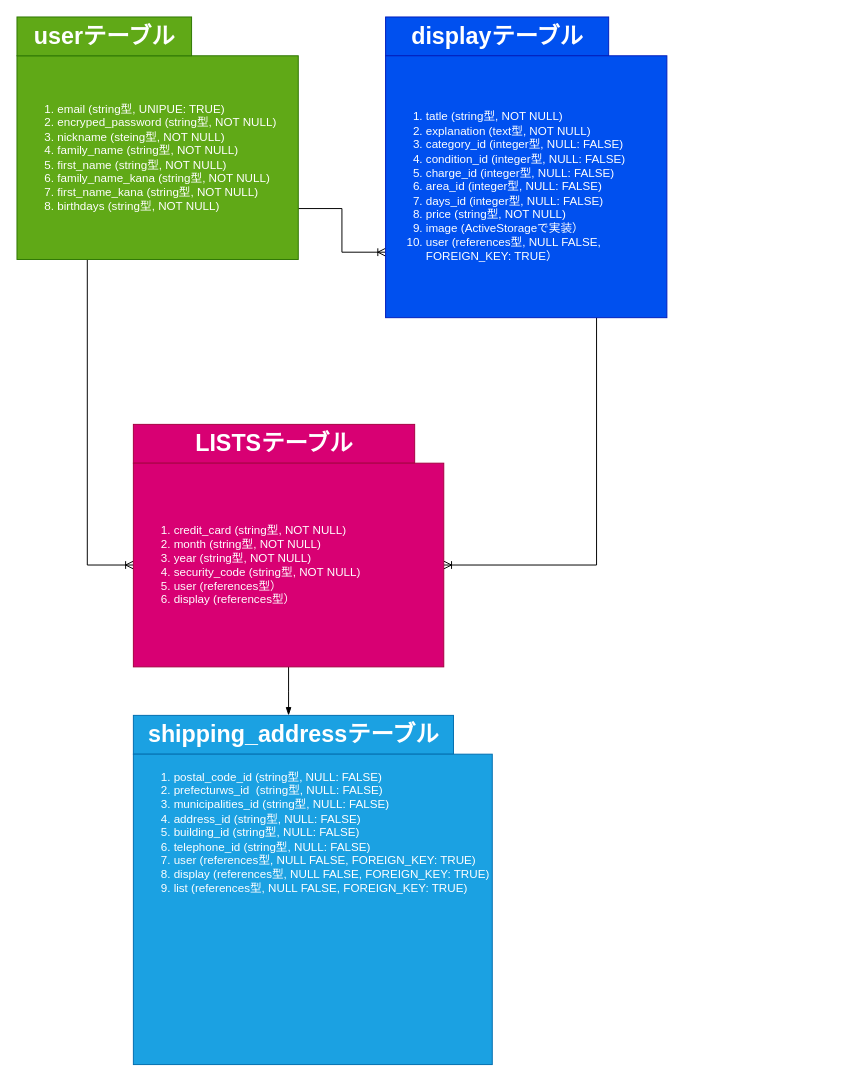
Before: er.dio in kitamatus-jumpei/furima-36165, a draw.io diagram. Source tidied: cells renumbered, new cells numbered last; positions are measured from the earlier drawing's top-left corner, leaving out a move shared by most shapes. Both pictures are drawn from the tidied source at 97%, with x=0, y=0 at pixel (16, 16).
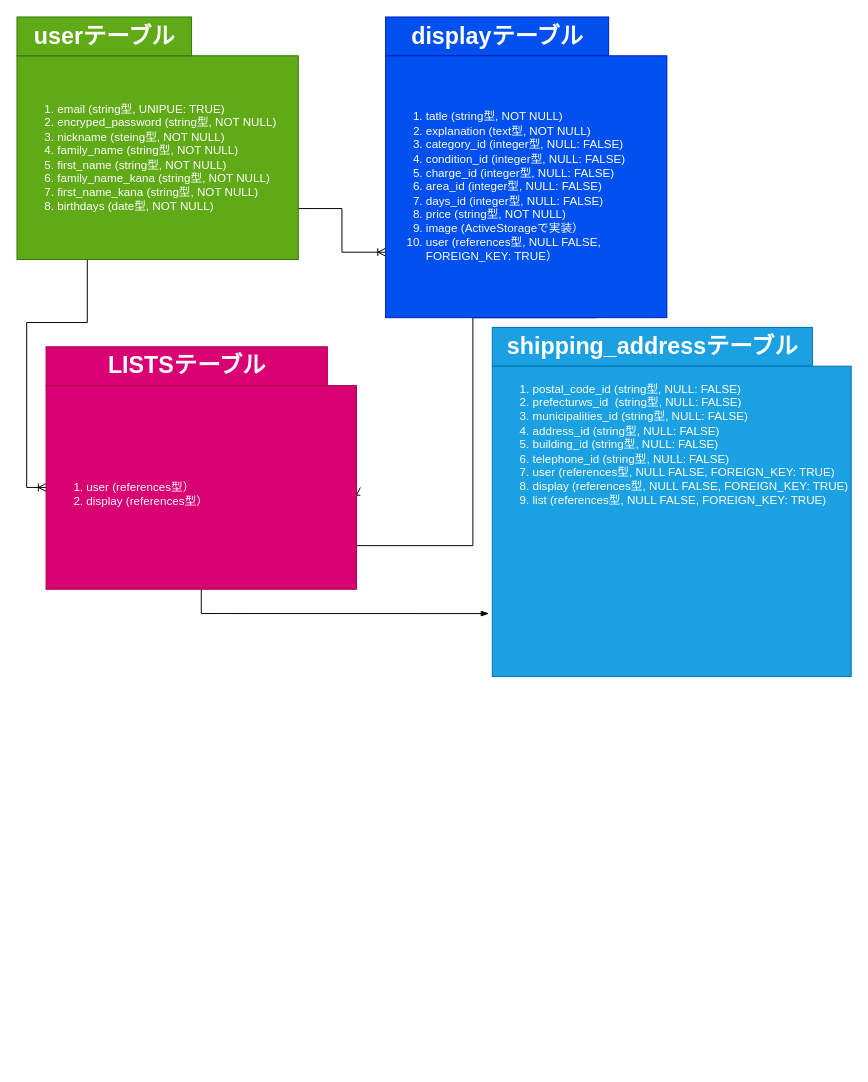
The same page after the edit.

Commit message (it also covers changes not shown here):
データベース設計５

Diff of the diagram source:
```diff
@@
 <mxGraphModel>
   <root>
     <mxCell id="0" />
     <mxCell id="1" parent="0" />
     <mxCell id="2" style="edgeStyle=orthogonalEdgeStyle;rounded=0;jettySize=auto;html=1;exitX=1;exitY=0.75;exitDx=0;exitDy=0;entryX=0;entryY=0.75;entryDx=0;entryDy=0;endArrow=ERoneToMany;endFill=0;" parent="1" edge="1" source="4" target="8">
       <mxGeometry relative="1" as="geometry" />
     </mxCell>
     <mxCell id="3" style="edgeStyle=orthogonalEdgeStyle;rounded=0;jettySize=auto;html=1;exitX=0.25;exitY=1;exitDx=0;exitDy=0;entryX=0;entryY=0.5;entryDx=0;entryDy=0;endArrow=ERoneToMany;endFill=0;" parent="1" edge="1" source="4" target="11">
       <mxGeometry relative="1" as="geometry" />
     </mxCell>
-    <mxCell id="4" value="&lt;ol&gt;&lt;li&gt;email (string型, UNIPUE: TRUE)&lt;/li&gt;&lt;li&gt;encryped_password (string型, NOT NULL)&lt;/li&gt;&lt;li&gt;nickname (steing型, NOT NULL)&lt;/li&gt;&lt;li&gt;family_name (string型, NOT NULL)&lt;/li&gt;&lt;li&gt;first_name (string型, NOT NULL)&lt;/li&gt;&lt;li&gt;family_name_kana (string型, NOT NULL)&lt;/li&gt;&lt;li&gt;first_name_kana (string型, NOT NULL)&lt;br&gt;&lt;/li&gt;&lt;li&gt;birthdays (string型, NOT NULL)&lt;/li&gt;&lt;/ol&gt;" style="text;strokeColor=#2D7600;fillColor=#60a917;html=1;whiteSpace=wrap;verticalAlign=middle;overflow=hidden;fontColor=#ffffff;" parent="1" vertex="1">
+    <mxCell id="4" value="&lt;ol&gt;&lt;li&gt;email (string型, UNIPUE: TRUE)&lt;/li&gt;&lt;li&gt;encryped_password (string型, NOT NULL)&lt;/li&gt;&lt;li&gt;nickname (steing型, NOT NULL)&lt;/li&gt;&lt;li&gt;family_name (string型, NOT NULL)&lt;/li&gt;&lt;li&gt;first_name (string型, NOT NULL)&lt;/li&gt;&lt;li&gt;family_name_kana (string型, NOT NULL)&lt;/li&gt;&lt;li&gt;first_name_kana (string型, NOT NULL)&lt;br&gt;&lt;/li&gt;&lt;li&gt;birthdays (date型, NOT NULL)&lt;/li&gt;&lt;/ol&gt;" style="text;strokeColor=#2D7600;fillColor=#60a917;html=1;whiteSpace=wrap;verticalAlign=middle;overflow=hidden;fontColor=#ffffff;" parent="1" vertex="1">
       <mxGeometry y="40" width="290" height="210" as="geometry" />
     </mxCell>
     <mxCell id="5" value="userテーブル" style="text;strokeColor=#2D7600;fillColor=#60a917;html=1;fontSize=24;fontStyle=1;verticalAlign=middle;align=center;fontColor=#ffffff;" parent="1" vertex="1">
       <mxGeometry width="180" height="40" as="geometry" />
     </mxCell>
     <mxCell id="6" value="displayテーブル" style="text;strokeColor=#001DBC;fillColor=#0050ef;html=1;fontSize=24;fontStyle=1;verticalAlign=middle;align=center;fontColor=#ffffff;" parent="1" vertex="1">
       <mxGeometry x="380" width="230" height="40" as="geometry" />
     </mxCell>
     <mxCell id="7" style="edgeStyle=orthogonalEdgeStyle;rounded=0;jettySize=auto;html=1;exitX=0.75;exitY=1;exitDx=0;exitDy=0;entryX=1;entryY=0.5;entryDx=0;entryDy=0;endArrow=ERoneToMany;endFill=0;" parent="1" edge="1" source="8" target="11">
-      <mxGeometry relative="1" as="geometry" />
+      <mxGeometry relative="1" as="geometry">
+        <Array as="points">
+          <mxPoint x="470" y="310" />
+          <mxPoint x="470" y="545" />
+        </Array>
+      </mxGeometry>
     </mxCell>
     <mxCell id="8" value="&lt;ol&gt;&lt;li&gt;tatle (string型, NOT NULL)&lt;/li&gt;&lt;li&gt;explanation (text型, NOT NULL)&lt;/li&gt;&lt;li&gt;category_id (integer型, NULL: FALSE)&lt;/li&gt;&lt;li&gt;condition_id (integer型, NULL: FALSE)&lt;/li&gt;&lt;li&gt;charge_id (integer型, NULL: FALSE)&lt;/li&gt;&lt;li&gt;area_id (integer型, NULL: FALSE)&lt;/li&gt;&lt;li&gt;days_id (integer型, NULL: FALSE)&lt;/li&gt;&lt;li&gt;price (string型, NOT NULL)&lt;/li&gt;&lt;li&gt;image (ActiveStorageで実装）&lt;/li&gt;&lt;li&gt;user (references型, NULL FALSE, FOREIGN_KEY: TRUE）&lt;/li&gt;&lt;/ol&gt;" style="text;strokeColor=#001DBC;fillColor=#0050ef;html=1;whiteSpace=wrap;verticalAlign=middle;overflow=hidden;fontColor=#ffffff;" parent="1" vertex="1">
       <mxGeometry x="380" y="40" width="290" height="270" as="geometry" />
     </mxCell>
     <mxCell id="9" value="LISTSテーブル" style="text;strokeColor=#A50040;fillColor=#d80073;html=1;fontSize=24;fontStyle=1;verticalAlign=middle;align=center;fontColor=#ffffff;" parent="1" vertex="1">
-      <mxGeometry x="120" y="420" width="290" height="40" as="geometry" />
+      <mxGeometry x="30" y="340" width="290" height="40" as="geometry" />
     </mxCell>
-    <mxCell id="10" style="edgeStyle=orthogonalEdgeStyle;rounded=0;jettySize=auto;html=1;exitX=0.5;exitY=1;exitDx=0;exitDy=0;endArrow=blockThin;endFill=1;" parent="1" edge="1" source="11">
-      <mxGeometry relative="1" as="geometry">
-        <mxPoint x="280" y="720" as="targetPoint" />
-      </mxGeometry>
-    </mxCell>
+    <mxCell id="14" style="edgeStyle=orthogonalEdgeStyle;rounded=0;jettySize=auto;html=1;exitX=0.5;exitY=1;exitDx=0;exitDy=0;entryX=-0.009;entryY=0.797;entryDx=0;entryDy=0;entryPerimeter=0;endArrow=blockThin;endFill=1;" parent="1" edge="1" source="11" target="13">
+      <mxGeometry relative="1" as="geometry" />
+    </mxCell>
-    <mxCell id="11" value="&lt;ol&gt;&lt;li&gt;credit_card (string型, NOT NULL)&lt;/li&gt;&lt;li&gt;month (string型, NOT NULL)&lt;/li&gt;&lt;li&gt;year (string型, NOT NULL)&lt;/li&gt;&lt;li&gt;security_code (string型, NOT NULL)&lt;/li&gt;&lt;li&gt;user (references型）&lt;/li&gt;&lt;li&gt;display (references型）&lt;/li&gt;&lt;/ol&gt;" style="text;strokeColor=#A50040;fillColor=#d80073;html=1;whiteSpace=wrap;verticalAlign=middle;overflow=hidden;fontColor=#ffffff;" parent="1" vertex="1">
-      <mxGeometry x="120" y="460" width="320" height="210" as="geometry" />
+    <mxCell id="11" value="&lt;div&gt;&lt;br&gt;&lt;/div&gt;&lt;ol&gt;&lt;li&gt;user (references型）&lt;/li&gt;&lt;li&gt;display (references型）&lt;/li&gt;&lt;/ol&gt;" style="text;strokeColor=#A50040;fillColor=#d80073;html=1;whiteSpace=wrap;verticalAlign=middle;overflow=hidden;fontColor=#ffffff;" parent="1" vertex="1">
+      <mxGeometry x="30" y="380" width="320" height="210" as="geometry" />
     </mxCell>
     <mxCell id="12" value="shipping_addressテーブル" style="text;strokeColor=#006EAF;fillColor=#1ba1e2;html=1;fontSize=24;fontStyle=1;verticalAlign=middle;align=center;fontColor=#ffffff;" parent="1" vertex="1">
-      <mxGeometry x="120" y="720" width="330" height="40" as="geometry" />
+      <mxGeometry x="490" y="320" width="330" height="40" as="geometry" />
     </mxCell>
     <mxCell id="13" value="&lt;ol&gt;&lt;li&gt;&lt;span&gt;postal_code_id (string型, NULL: FALSE)&lt;/span&gt;&lt;br&gt;&lt;/li&gt;&lt;li&gt;prefecturws_id&amp;nbsp; (string型, NULL: FALSE)&lt;/li&gt;&lt;li&gt;municipalities_id (string型, NULL: FALSE)&lt;/li&gt;&lt;li&gt;address_id (string型, NULL: FALSE)&lt;/li&gt;&lt;li&gt;building_id (string型, NULL: FALSE)&lt;/li&gt;&lt;li&gt;telephone_id (string型, NULL: FALSE)&lt;/li&gt;&lt;li&gt;user (references型, NULL FALSE, FOREIGN_KEY: TRUE)&lt;/li&gt;&lt;li&gt;display (references型, NULL FALSE, FOREIGN_KEY: TRUE)&lt;/li&gt;&lt;li&gt;list (references型, NULL FALSE, FOREIGN_KEY: TRUE)&lt;/li&gt;&lt;/ol&gt;&lt;div&gt;&lt;br&gt;&lt;/div&gt;&lt;div&gt;&lt;br&gt;&lt;/div&gt;&lt;div&gt;&lt;br&gt;&lt;/div&gt;&lt;div&gt;&lt;br&gt;&lt;/div&gt;&lt;div&gt;&lt;br&gt;&lt;/div&gt;&lt;div&gt;&lt;br&gt;&lt;/div&gt;&lt;div&gt;&lt;br&gt;&lt;/div&gt;&lt;div&gt;&lt;br&gt;&lt;/div&gt;&lt;div&gt;&lt;br&gt;&lt;/div&gt;&lt;div&gt;&lt;br&gt;&lt;/div&gt;&lt;div&gt;&lt;br&gt;&lt;/div&gt;" style="text;strokeColor=#006EAF;fillColor=#1ba1e2;html=1;whiteSpace=wrap;verticalAlign=middle;overflow=hidden;fontColor=#ffffff;" parent="1" vertex="1">
-      <mxGeometry x="120" y="760" width="370" height="320" as="geometry" />
+      <mxGeometry x="490" y="360" width="370" height="320" as="geometry" />
     </mxCell>
   </root>
 </mxGraphModel>
```
